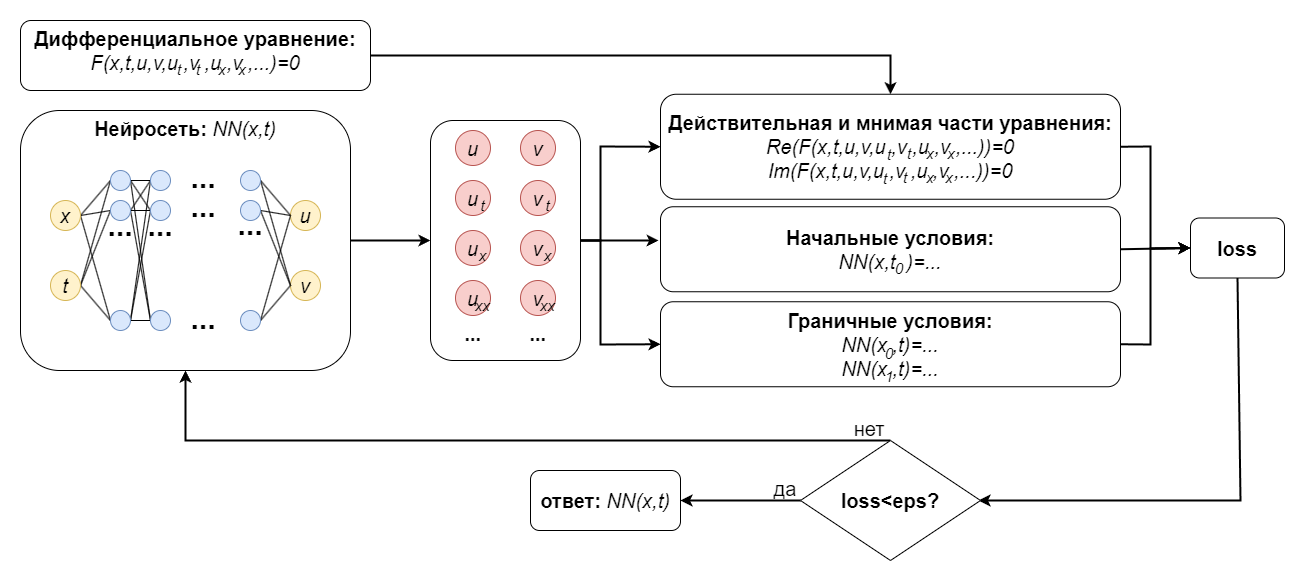
Above: pictures/illustration.png in mikhakuv/PINNs_Loss_Balancing (draw.io), before the change. Source tidied: cells renumbered, new cells last; positions are measured from the earlier drawing's top-left corner, leaving out a move shared by most shapes.
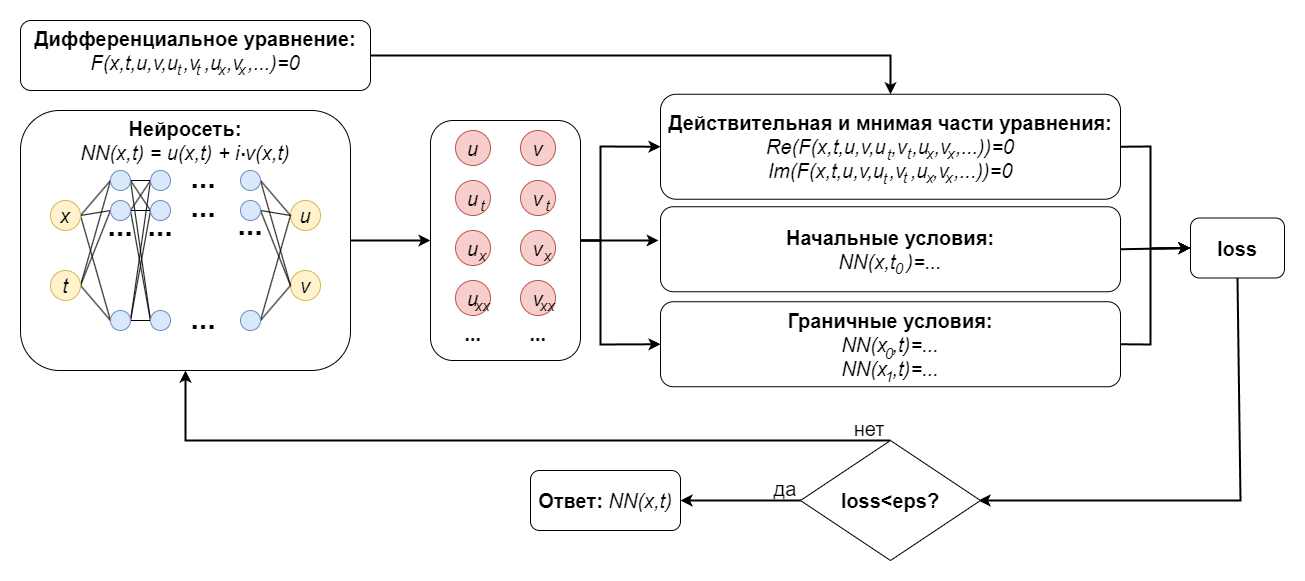
The same file after the commit.

Change to the diagram source:
```diff
@@ -2,7 +2,7 @@
   <root>
     <mxCell id="0" />
     <mxCell id="1" parent="0" />
-    <mxCell id="2" value="&lt;font style=&quot;font-size: 20px;&quot;&gt;&lt;b&gt;Нейросеть:&lt;/b&gt; &lt;i&gt;NN(x,t)&lt;/i&gt;&lt;/font&gt;" style="rounded=1;whiteSpace=wrap;html=1;labelPosition=center;verticalLabelPosition=middle;align=center;verticalAlign=top;" parent="1" vertex="1">
+    <mxCell id="2" value="&lt;font style=&quot;font-size: 20px;&quot;&gt;&lt;b&gt;Нейросеть:&lt;br&gt;&lt;/b&gt;&lt;i&gt;NN(x,t) = u(x,t) + i v(x,t)&lt;/i&gt;&lt;/font&gt;" style="rounded=1;whiteSpace=wrap;html=1;labelPosition=center;verticalLabelPosition=middle;align=center;verticalAlign=top;" parent="1" vertex="1">
       <mxGeometry y="90" width="330" height="260" as="geometry" />
     </mxCell>
     <mxCell id="3" style="edgeStyle=none;shape=connector;rounded=0;jettySize=auto;html=1;exitX=1;exitY=0.5;exitDx=0;exitDy=0;entryX=0;entryY=0.5;entryDx=0;entryDy=0;labelBackgroundColor=default;strokeColor=default;fontFamily=Helvetica;fontSize=11;fontColor=default;endArrow=none;endFill=0;" parent="1" edge="1" source="6" target="16">
@@ -310,7 +310,7 @@
         </Array>
       </mxGeometry>
     </mxCell>
-    <mxCell id="88" value="&lt;span style=&quot;font-size: 20px;&quot;&gt;&lt;b&gt;ответ: &lt;/b&gt;&lt;i style=&quot;&quot;&gt;NN(x,t)&lt;/i&gt;&lt;/span&gt;" style="rounded=1;whiteSpace=wrap;html=1;fontFamily=Helvetica;fontSize=11;fontColor=default;" parent="1" vertex="1">
+    <mxCell id="88" value="&lt;span style=&quot;font-size: 20px;&quot;&gt;&lt;b&gt;Ответ: &lt;/b&gt;&lt;i style=&quot;&quot;&gt;NN(x,t)&lt;/i&gt;&lt;/span&gt;" style="rounded=1;whiteSpace=wrap;html=1;fontFamily=Helvetica;fontSize=11;fontColor=default;" parent="1" vertex="1">
       <mxGeometry x="510" y="450" width="150" height="60" as="geometry" />
     </mxCell>
     <mxCell id="89" value="да" style="swimlane;startSize=0;fontFamily=Helvetica;fontSize=20;fontColor=default;fillColor=none;strokeColor=none;verticalAlign=top;fontStyle=0;" parent="1" vertex="1">
@@ -331,5 +331,8 @@
     <mxCell id="94" value="..." style="swimlane;startSize=0;fillColor=none;strokeColor=#FFFFFF;fontSize=30;" parent="1" vertex="1">
       <mxGeometry x="178" y="295" width="10" height="10" as="geometry" />
     </mxCell>
+    <mxCell id="95" value="." style="swimlane;startSize=0;fontSize=20;fillColor=none;strokeColor=none;" parent="1" vertex="1">
+      <mxGeometry x="218" y="126.8" width="10" height="10" as="geometry" />
+    </mxCell>
   </root>
 </mxGraphModel>
```
